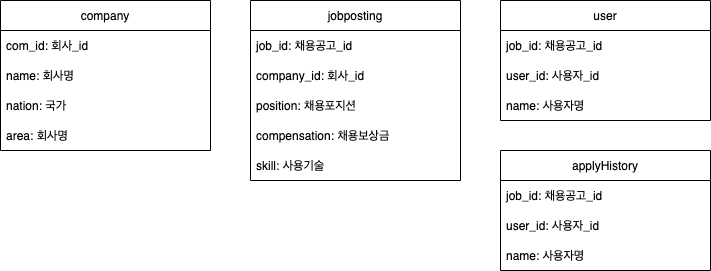
Before: READMEImages/DB.png, a diagram exported from draw.io (KCH6937/wanted_pre_onboarding). Source tidied: cells renumbered, new cells last; positions are measured from the earlier drawing's top-left corner, leaving out a move shared by most shapes.
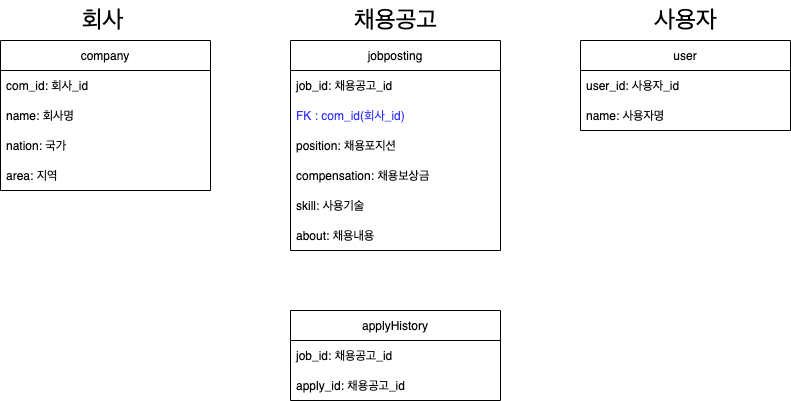
Above is the later version.

Commit message:
doc: DB구조 이미지 수정

Change to the diagram source:
```diff
@@ -2,8 +2,47 @@
   <root>
     <mxCell id="0" />
     <mxCell id="1" parent="0" />
+    <mxCell id="17" value="applyHistory" style="swimlane;fontStyle=0;horizontal=1;startSize=30;" parent="1" vertex="1">
+      <mxGeometry x="500" y="150" width="210" height="90" as="geometry" />
+    </mxCell>
+    <mxCell id="18" value="job_id: 채용공고_id" style="text;strokeColor=none;fillColor=none;align=left;verticalAlign=middle;spacingLeft=4;spacingRight=4;overflow=hidden;" parent="17" vertex="1">
+      <mxGeometry y="30" width="210" height="30" as="geometry" />
+    </mxCell>
+    <mxCell id="21" value="apply_id: 채용공고_id" style="text;strokeColor=none;fillColor=none;align=left;verticalAlign=middle;spacingLeft=4;spacingRight=4;overflow=hidden;" parent="17" vertex="1">
+      <mxGeometry y="60" width="210" height="30" as="geometry" />
+    </mxCell>
+    <mxCell id="22" style="group;" parent="1" vertex="1">
+      <mxGeometry x="500" y="-160" width="210" height="220" as="geometry" />
+    </mxCell>
+    <mxCell id="7" value="jobposting" style="swimlane;fontStyle=0;horizontal=1;startSize=30;" parent="22" vertex="1">
+      <mxGeometry y="40" width="210" height="210" as="geometry" />
+    </mxCell>
+    <mxCell id="8" value="job_id: 채용공고_id" style="text;strokeColor=none;fillColor=none;align=left;verticalAlign=middle;spacingLeft=4;spacingRight=4;overflow=hidden;" parent="7" vertex="1">
+      <mxGeometry y="30" width="210" height="30" as="geometry" />
+    </mxCell>
+    <mxCell id="23" value="FK : com_id(회사_id)" style="text;strokeColor=none;fillColor=none;align=left;verticalAlign=middle;spacingLeft=4;spacingRight=4;overflow=hidden;fontColor=#3333FF;" parent="7" vertex="1">
+      <mxGeometry y="60" width="210" height="30" as="geometry" />
+    </mxCell>
+    <mxCell id="10" value="position: 채용포지션" style="text;strokeColor=none;fillColor=none;align=left;verticalAlign=middle;spacingLeft=4;spacingRight=4;overflow=hidden;" parent="7" vertex="1">
+      <mxGeometry y="90" width="210" height="30" as="geometry" />
+    </mxCell>
+    <mxCell id="11" value="compensation: 채용보상금 " style="text;strokeColor=none;fillColor=none;align=left;verticalAlign=middle;spacingLeft=4;spacingRight=4;overflow=hidden;" parent="7" vertex="1">
+      <mxGeometry y="120" width="210" height="30" as="geometry" />
+    </mxCell>
+    <mxCell id="12" value="skill: 사용기술" style="text;strokeColor=none;fillColor=none;align=left;verticalAlign=middle;spacingLeft=4;spacingRight=4;overflow=hidden;" parent="7" vertex="1">
+      <mxGeometry y="150" width="210" height="30" as="geometry" />
+    </mxCell>
+    <mxCell id="24" value="about: 채용내용 " style="text;strokeColor=none;fillColor=none;align=left;verticalAlign=middle;spacingLeft=4;spacingRight=4;overflow=hidden;" parent="7" vertex="1">
+      <mxGeometry y="180" width="210" height="30" as="geometry" />
+    </mxCell>
+    <mxCell id="25" value="&lt;font style=&quot;font-size: 24px;&quot;&gt;채용공고&lt;/font&gt;" style="text;html=1;strokeColor=none;fillColor=none;align=center;verticalAlign=middle;whiteSpace=wrap;rounded=0;" parent="22" vertex="1">
+      <mxGeometry x="42.5" width="125" height="40" as="geometry" />
+    </mxCell>
+    <mxCell id="26" style="group;" parent="1" vertex="1">
+      <mxGeometry x="210" y="-160" width="210" height="190" as="geometry" />
+    </mxCell>
-    <mxCell id="2" value="company" style="swimlane;fontStyle=0;horizontal=1;startSize=30;" parent="1" vertex="1">
-      <mxGeometry width="210" height="150" as="geometry" />
+    <mxCell id="2" value="company" style="swimlane;fontStyle=0;horizontal=1;startSize=30;" parent="26" vertex="1">
+      <mxGeometry y="40" width="210" height="150" as="geometry" />
     </mxCell>
     <mxCell id="3" value="com_id: 회사_id" style="text;strokeColor=none;fillColor=none;align=left;verticalAlign=middle;spacingLeft=4;spacingRight=4;overflow=hidden;" parent="2" vertex="1">
       <mxGeometry y="30" width="210" height="30" as="geometry" />
@@ -14,50 +53,26 @@
     <mxCell id="5" value="nation: 국가" style="text;strokeColor=none;fillColor=none;align=left;verticalAlign=middle;spacingLeft=4;spacingRight=4;overflow=hidden;" parent="2" vertex="1">
       <mxGeometry y="90" width="210" height="30" as="geometry" />
     </mxCell>
-    <mxCell id="6" value="area: 회사명" style="text;strokeColor=none;fillColor=none;align=left;verticalAlign=middle;spacingLeft=4;spacingRight=4;overflow=hidden;" parent="2" vertex="1">
+    <mxCell id="6" value="area: 지역" style="text;strokeColor=none;fillColor=none;align=left;verticalAlign=middle;spacingLeft=4;spacingRight=4;overflow=hidden;" parent="2" vertex="1">
       <mxGeometry y="120" width="210" height="30" as="geometry" />
     </mxCell>
-    <mxCell id="7" value="jobposting" style="swimlane;fontStyle=0;horizontal=1;startSize=30;" parent="1" vertex="1">
-      <mxGeometry x="250" width="210" height="180" as="geometry" />
-    </mxCell>
-    <mxCell id="8" value="job_id: 채용공고_id" style="text;strokeColor=none;fillColor=none;align=left;verticalAlign=middle;spacingLeft=4;spacingRight=4;overflow=hidden;" parent="7" vertex="1">
-      <mxGeometry y="30" width="210" height="30" as="geometry" />
-    </mxCell>
-    <mxCell id="9" value="company_id: 회사_id" style="text;strokeColor=none;fillColor=none;align=left;verticalAlign=middle;spacingLeft=4;spacingRight=4;overflow=hidden;" parent="7" vertex="1">
-      <mxGeometry y="60" width="210" height="30" as="geometry" />
-    </mxCell>
-    <mxCell id="10" value="position: 채용포지션" style="text;strokeColor=none;fillColor=none;align=left;verticalAlign=middle;spacingLeft=4;spacingRight=4;overflow=hidden;" parent="7" vertex="1">
-      <mxGeometry y="90" width="210" height="30" as="geometry" />
-    </mxCell>
-    <mxCell id="11" value="compensation: 채용보상금 " style="text;strokeColor=none;fillColor=none;align=left;verticalAlign=middle;spacingLeft=4;spacingRight=4;overflow=hidden;" parent="7" vertex="1">
-      <mxGeometry y="120" width="210" height="30" as="geometry" />
-    </mxCell>
-    <mxCell id="12" value="skill: 사용기술" style="text;strokeColor=none;fillColor=none;align=left;verticalAlign=middle;spacingLeft=4;spacingRight=4;overflow=hidden;" parent="7" vertex="1">
-      <mxGeometry y="150" width="210" height="30" as="geometry" />
-    </mxCell>
+    <mxCell id="27" value="&lt;span style=&quot;font-size: 24px;&quot;&gt;회사&lt;/span&gt;" style="text;html=1;strokeColor=none;fillColor=none;align=center;verticalAlign=middle;whiteSpace=wrap;rounded=0;" parent="26" vertex="1">
+      <mxGeometry x="40" width="125" height="40" as="geometry" />
+    </mxCell>
+    <mxCell id="28" style="group;" parent="1" vertex="1">
+      <mxGeometry x="790" y="-160" width="210" height="160" as="geometry" />
+    </mxCell>
-    <mxCell id="13" value="user" style="swimlane;fontStyle=0;horizontal=1;startSize=30;" parent="1" vertex="1">
-      <mxGeometry x="500" width="210" height="120" as="geometry" />
+    <mxCell id="13" value="user" style="swimlane;fontStyle=0;horizontal=1;startSize=30;" parent="28" vertex="1">
+      <mxGeometry y="40" width="210" height="90" as="geometry" />
     </mxCell>
-    <mxCell id="14" value="job_id: 채용공고_id" style="text;strokeColor=none;fillColor=none;align=left;verticalAlign=middle;spacingLeft=4;spacingRight=4;overflow=hidden;" parent="13" vertex="1">
+    <mxCell id="14" value="user_id: 사용자_id" style="text;strokeColor=none;fillColor=none;align=left;verticalAlign=middle;spacingLeft=4;spacingRight=4;overflow=hidden;" parent="13" vertex="1">
       <mxGeometry y="30" width="210" height="30" as="geometry" />
     </mxCell>
-    <mxCell id="15" value="user_id: 사용자_id" style="text;strokeColor=none;fillColor=none;align=left;verticalAlign=middle;spacingLeft=4;spacingRight=4;overflow=hidden;" parent="13" vertex="1">
-      <mxGeometry y="60" width="210" height="30" as="geometry" />
-    </mxCell>
     <mxCell id="16" value="name: 사용자명" style="text;strokeColor=none;fillColor=none;align=left;verticalAlign=middle;spacingLeft=4;spacingRight=4;overflow=hidden;" parent="13" vertex="1">
-      <mxGeometry y="90" width="210" height="30" as="geometry" />
+      <mxGeometry y="60" width="210" height="30" as="geometry" />
     </mxCell>
-    <mxCell id="17" value="applyHistory" style="swimlane;fontStyle=0;horizontal=1;startSize=30;" parent="1" vertex="1">
-      <mxGeometry x="500" y="150" width="210" height="120" as="geometry" />
-    </mxCell>
-    <mxCell id="18" value="job_id: 채용공고_id" style="text;strokeColor=none;fillColor=none;align=left;verticalAlign=middle;spacingLeft=4;spacingRight=4;overflow=hidden;" parent="17" vertex="1">
-      <mxGeometry y="30" width="210" height="30" as="geometry" />
-    </mxCell>
-    <mxCell id="19" value="user_id: 사용자_id" style="text;strokeColor=none;fillColor=none;align=left;verticalAlign=middle;spacingLeft=4;spacingRight=4;overflow=hidden;" parent="17" vertex="1">
-      <mxGeometry y="60" width="210" height="30" as="geometry" />
-    </mxCell>
-    <mxCell id="20" value="name: 사용자명" style="text;strokeColor=none;fillColor=none;align=left;verticalAlign=middle;spacingLeft=4;spacingRight=4;overflow=hidden;" parent="17" vertex="1">
-      <mxGeometry y="90" width="210" height="30" as="geometry" />
-    </mxCell>
+    <mxCell id="29" value="&lt;font style=&quot;font-size: 24px;&quot;&gt;사용자&lt;/font&gt;" style="text;html=1;strokeColor=none;fillColor=none;align=center;verticalAlign=middle;whiteSpace=wrap;rounded=0;" parent="28" vertex="1">
+      <mxGeometry x="42.5" width="125" height="40" as="geometry" />
+    </mxCell>
   </root>
 </mxGraphModel>
```
